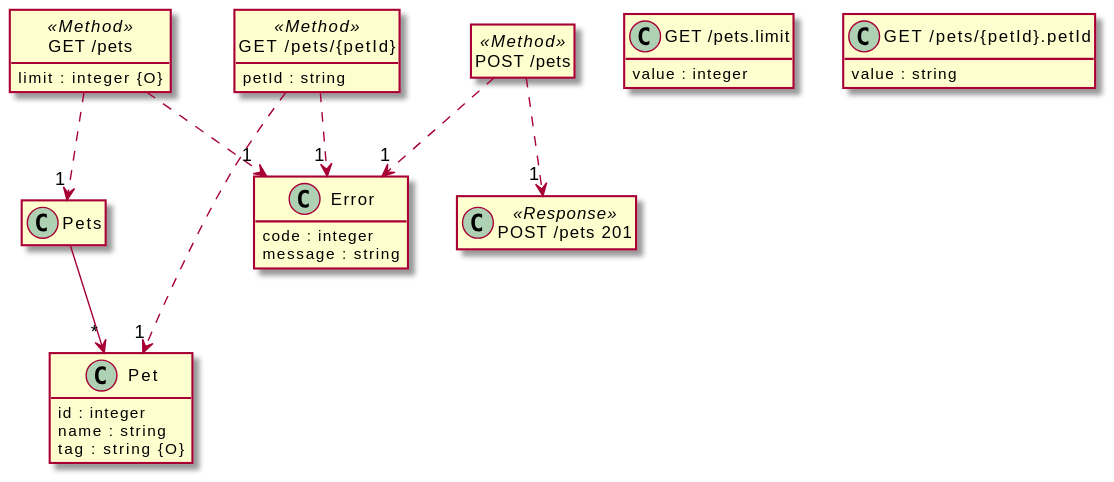
Before: src/docs/tests/petstore.puml.svg, a diagram exported from PlantUML (davidmoten/openapi-to-plantuml).
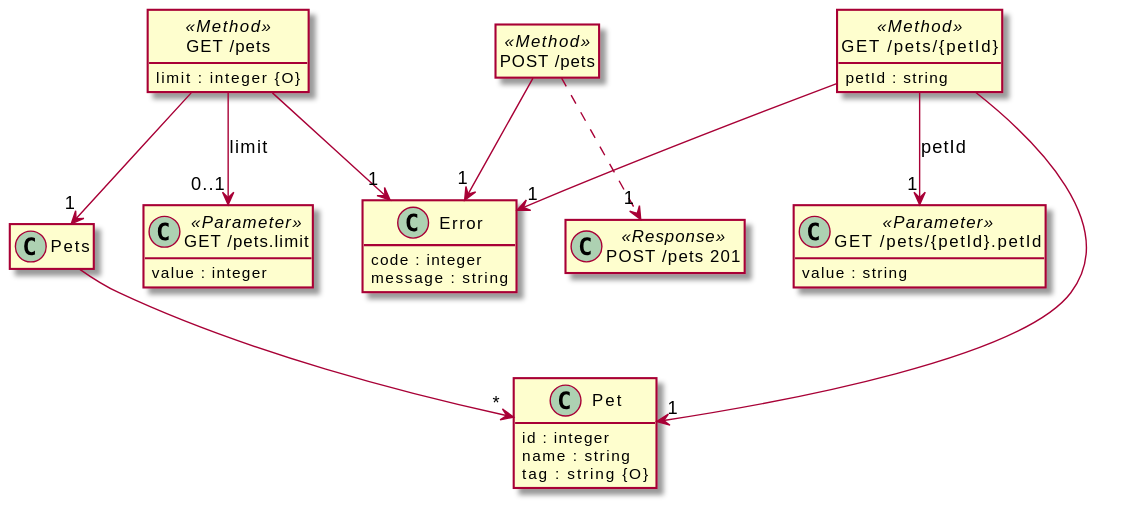
After the commit.

Diff of the diagram source:
```diff
@@ -22,7 +22,7 @@
   limit : integer {O}
 }
 
-class "GET /pets.limit" {
+class "GET /pets.limit" <<Parameter>> {
   value : integer
 }
 
@@ -36,22 +36,26 @@
   petId : string
 }
 
-class "GET /pets/{petId}.petId" {
+class "GET /pets/{petId}.petId" <<Parameter>> {
   value : string
 }
 
 "Pets" --> "*" "Pet"
 
-"GET /pets" ..> "1" "Pets"
+"GET /pets" --> "0..1" "GET /pets.limit" : "limit"
 
-"GET /pets" ..> "1" "Error"
+"GET /pets" --> "1" "Pets"
+
+"GET /pets" --> "1" "Error"
 
 "POST /pets" ..> "1" "POST /pets 201"
 
-"POST /pets" ..> "1" "Error"
+"POST /pets" --> "1" "Error"
 
-"GET /pets/{petId}" ..> "1" "Pet"
+"GET /pets/{petId}" --> "1" "GET /pets/{petId}.petId" : "petId"
 
-"GET /pets/{petId}" ..> "1" "Error"
+"GET /pets/{petId}" --> "1" "Pet"
+
+"GET /pets/{petId}" --> "1" "Error"
 
 @enduml
```
